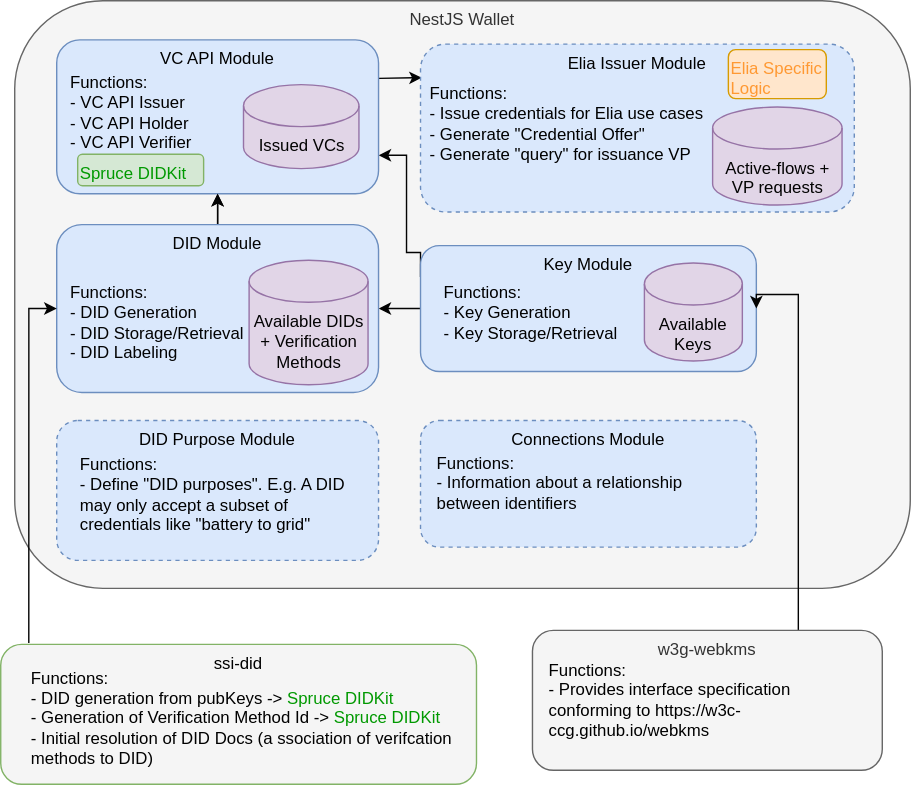
This is ssi-wallet-architecture.drawio.svg from openwallet-foundation-labs/vc-api, a draw.io export, as it was before one commit. Source tidied: cells renumbered, new cells last; positions are measured from the earlier drawing's top-left corner, leaving out a move shared by most shapes.
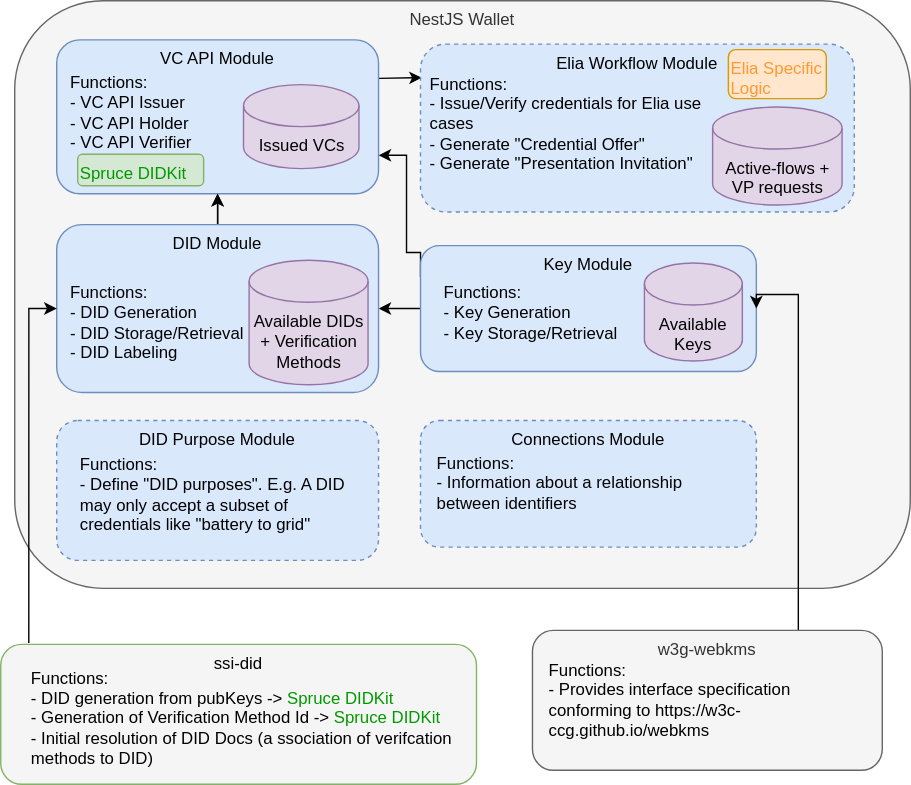
The same diagram one commit later.

Change to the diagram source:
```diff
@@ -59,7 +59,7 @@
     <mxCell id="18" value="Connections Module" style="rounded=1;whiteSpace=wrap;html=1;verticalAlign=top;fillColor=#dae8fc;strokeColor=#6c8ebf;fontColor=#000000;dashed=1;" parent="1" vertex="1">
       <mxGeometry x="300" y="300" width="240" height="90.5" as="geometry" />
     </mxCell>
-    <mxCell id="19" value="Elia Issuer Module" style="rounded=1;whiteSpace=wrap;html=1;verticalAlign=top;fillColor=#dae8fc;strokeColor=#6c8ebf;fontColor=#000000;dashed=1;" parent="1" vertex="1">
+    <mxCell id="19" value="Elia Workflow Module" style="rounded=1;whiteSpace=wrap;html=1;verticalAlign=top;fillColor=#dae8fc;strokeColor=#6c8ebf;fontColor=#000000;dashed=1;" parent="1" vertex="1">
       <mxGeometry x="300" y="31" width="310" height="120" as="geometry" />
     </mxCell>
     <mxCell id="20" value="Functions:&lt;br&gt;- Information about a relationship between identifiers" style="text;html=1;strokeColor=none;fillColor=none;align=left;verticalAlign=middle;whiteSpace=wrap;rounded=0;fontColor=#030303;" parent="1" vertex="1">
@@ -68,7 +68,7 @@
     <mxCell id="21" value="Functions:&lt;br&gt;- Define &quot;DID purposes&quot;. E.g. A DID may only accept a subset of credentials like &quot;battery to grid&quot;" style="text;html=1;strokeColor=none;fillColor=none;align=left;verticalAlign=middle;whiteSpace=wrap;rounded=0;fontColor=#000000;" parent="1" vertex="1">
       <mxGeometry x="55" y="322.8" width="200" height="60" as="geometry" />
     </mxCell>
-    <mxCell id="22" value="Functions:&lt;br&gt;- Issue credentials for Elia use cases&lt;br&gt;- Generate &quot;Credential Offer&quot;&lt;br&gt;- Generate &quot;query&quot; for issuance VP" style="text;html=1;strokeColor=none;fillColor=none;align=left;verticalAlign=middle;whiteSpace=wrap;rounded=0;fontColor=#000000;" parent="1" vertex="1">
+    <mxCell id="22" value="Functions:&lt;br&gt;- Issue/Verify credentials for Elia use cases&lt;br&gt;- Generate &quot;Credential Offer&quot;&lt;br&gt;- Generate &quot;Presentation Invitation&quot;" style="text;html=1;strokeColor=none;fillColor=none;align=left;verticalAlign=middle;whiteSpace=wrap;rounded=0;fontColor=#000000;" parent="1" vertex="1">
       <mxGeometry x="305" y="62.5" width="205" height="50" as="geometry" />
     </mxCell>
     <mxCell id="23" style="edgeStyle=orthogonalEdgeStyle;rounded=0;jettySize=auto;html=1;exitX=0.059;exitY=-0.01;exitDx=0;exitDy=0;entryX=0;entryY=0.5;entryDx=0;entryDy=0;exitPerimeter=0;strokeColor=#030303;" parent="1" edge="1" source="24" target="13">
```
